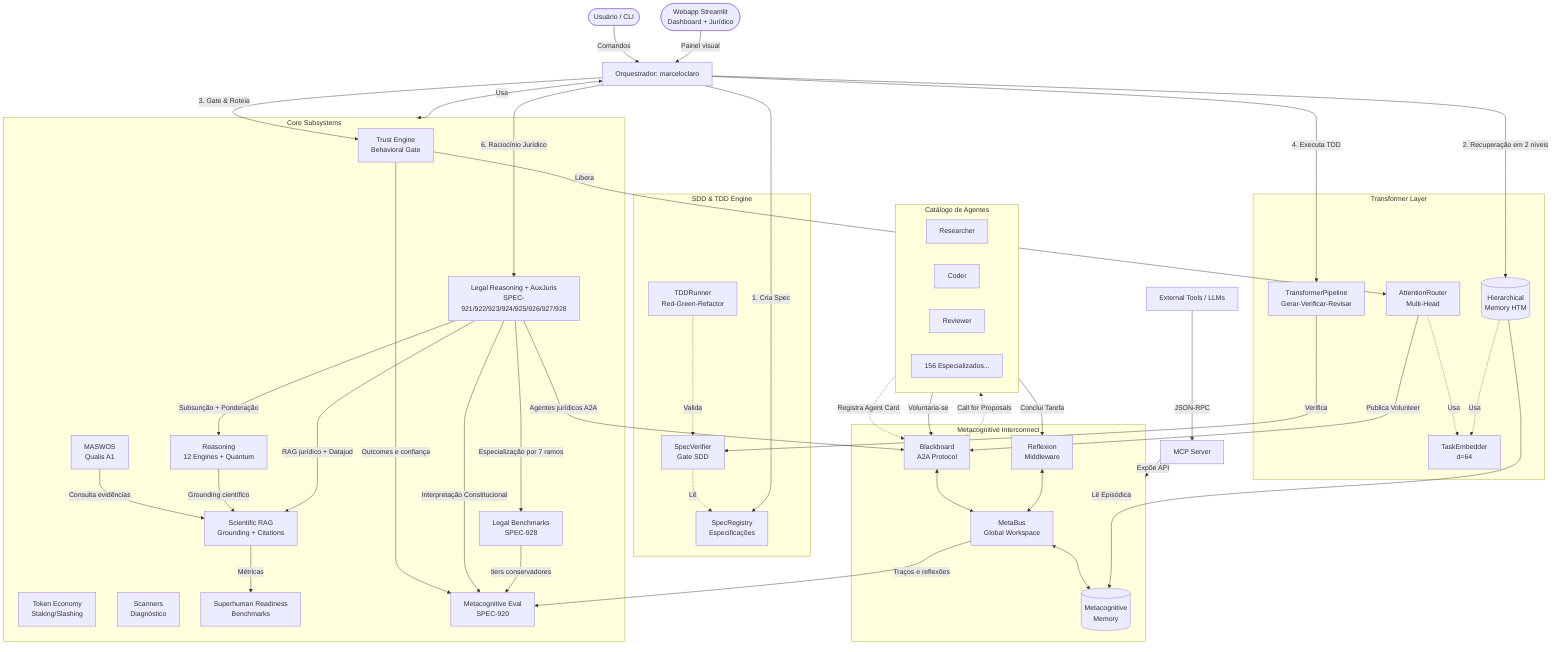
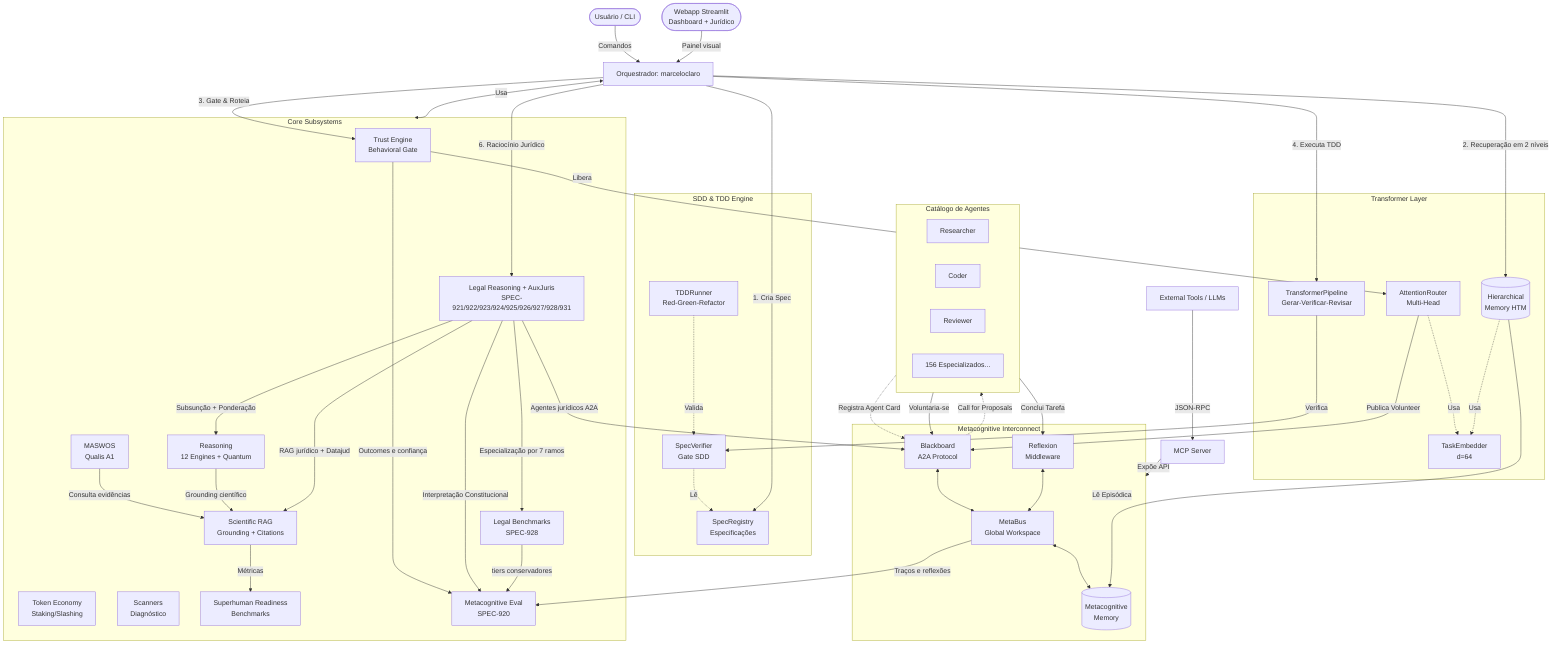
graph TD
    %% Atores e Orquestrador
    User([Usuário / CLI]) -->|Comandos| Orchestrator[Orquestrador: marceloclaro]
    WebUI([Webapp Streamlit<br>Dashboard + Jurídico]) -->|Painel visual| Orchestrator

    %% Camada SDD/TDD
    subgraph SDD [SDD & TDD Engine]
        Spec[SpecRegistry<br>Especificações]
        Ver[SpecVerifier<br>Gate SDD]
        TDD[TDDRunner<br>Red-Green-Refactor]

        TDD -.->|Valida| Ver
        Ver -.->|Lê| Spec
    end

    %% Camada Transformer
    subgraph TF [Transformer Layer]
        Attn[AttentionRouter<br>Multi-Head]
        Pipe[TransformerPipeline<br>Gerar-Verificar-Revisar]
        HTM[(Hierarchical<br>Memory HTM)]
        Emb[TaskEmbedder<br>d=64]

        Attn -.->|Usa| Emb
        HTM -.->|Usa| Emb
    end

    %% Camada Core (Novos Subsistemas)
    subgraph Core [Core Subsystems]
        Trust[Trust Engine<br>Behavioral Gate]
        Eco[Token Economy<br>Staking/Slashing]
        Scan[Scanners<br>Diagnóstico]
        Acad[MASWOS<br>Qualis A1]
        Reason[Reasoning<br>12 Engines + Quantum]
-         Legal[Legal Reasoning + AuxJuris<br>SPEC-921/922/923/924/925/926/927/928]
+         Legal[Legal Reasoning + AuxJuris<br>SPEC-921/922/923/924/925/926/927/928/931]
        LegalBench[Legal Benchmarks<br>SPEC-928]
        RAG[Scientific RAG<br>Grounding + Citations]
        Bench[Superhuman Readiness<br>Benchmarks]
        MetaEval[Metacognitive Eval<br>SPEC-920]
    end

    %% Camada MCI
    subgraph MCI [Metacognitive Interconnect]
        MB[MetaBus<br>Global Workspace]
        BB[Blackboard<br>A2A Protocol]
        Mem[(Metacognitive<br>Memory)]
        Ref[Reflexion<br>Middleware]

        MB <--> Mem
        BB <--> MB
        Ref <--> MB
    end

    %% Orquestrador integra as camadas
    Orchestrator -->|1. Cria Spec| Spec
    Orchestrator -->|2. Recuperação em 2 níveis| HTM
    HTM -->|Lê Episódica| Mem
    Orchestrator -->|3. Gate & Roteia| Trust
    Trust -->|Libera| Attn
    Attn -->|Publica Volunteer| BB
    Orchestrator -->|4. Executa TDD| Pipe
    Pipe -->|Verifica| Ver
    Orchestrator <-->|Usa| Core
    Acad -->|Consulta evidências| RAG
    Reason -->|Grounding científico| RAG
    RAG -->|Métricas| Bench
    MB -->|Traços e reflexões| MetaEval
    Trust -->|Outcomes e confiança| MetaEval
    Orchestrator -->|6. Raciocínio Jurídico| Legal
    Legal -->|Subsunção + Ponderação| Reason
    Legal -->|Interpretação Constitucional| MetaEval
    Legal -->|RAG jurídico + Datajud| RAG
    Legal -->|Agentes jurídicos A2A| BB
    Legal -->|Especialização por 7 ramos| LegalBench
    LegalBench -->|tiers conservadores| MetaEval

    %% Agentes
    subgraph Agents [Catálogo de Agentes]
        A1[Researcher]
        A2[Coder]
        A3[Reviewer]
        A4[156 Especializados...]
    end

    %% Fluxo de Agentes
    Agents -.->|Registra Agent Card| BB
    BB -.->|Call for Proposals| Agents
    Agents -->|Voluntaria-se| BB
    Agents -->|Conclui Tarefa| Ref

    %% MCP
    MCP[MCP Server] -->|Expõe API| MCI
    External[External Tools / LLMs] -->|JSON-RPC| MCP
